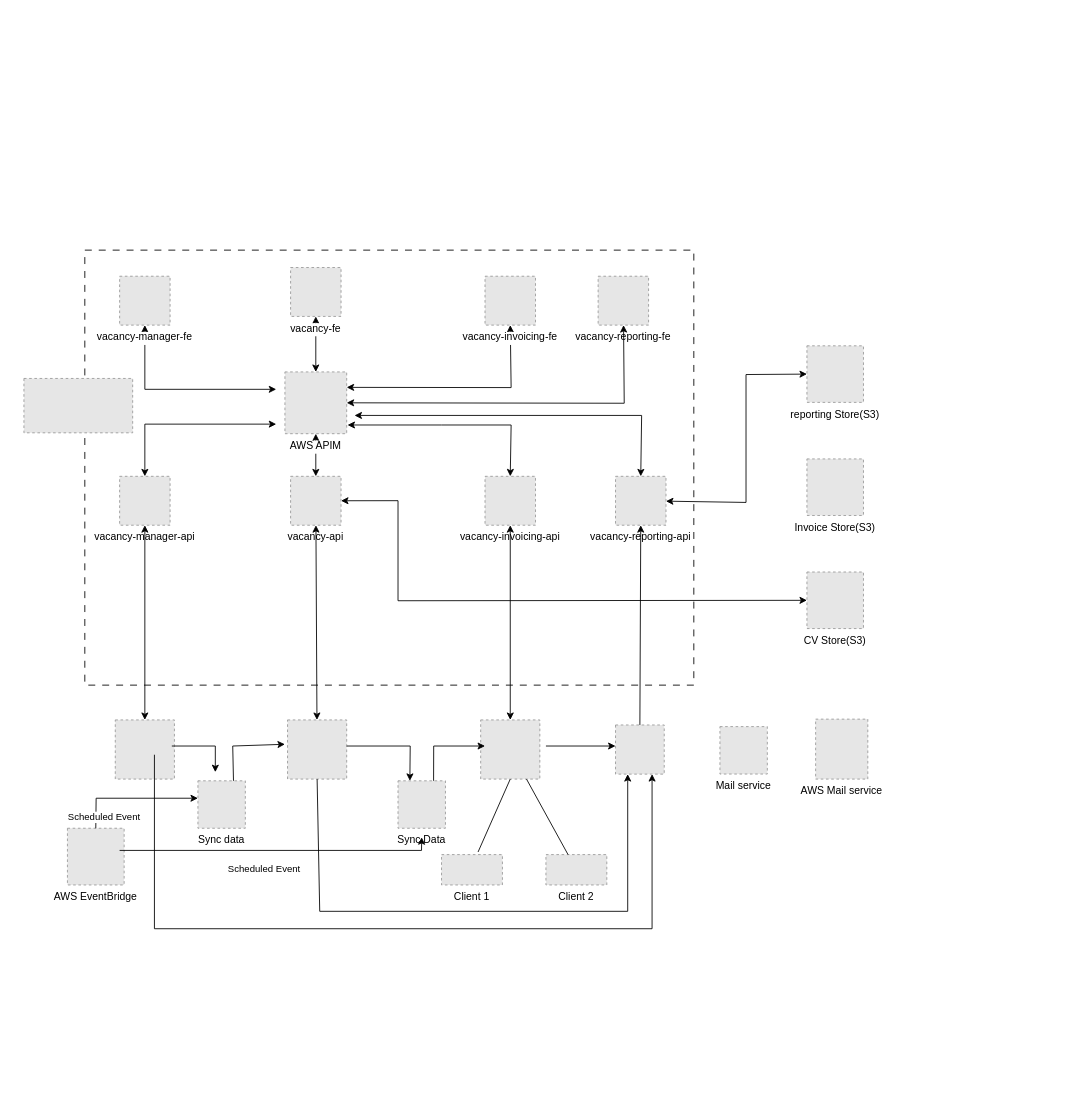
This is design/deployment_architecture.drawio from peguses/education, a draw.io file, before an edit. Source tidied: cells renumbered, new cells numbered last; positions are measured from the earlier drawing's top-left corner, leaving out a move shared by most shapes. Both pictures are drawn from the tidied source at 87%, with x=0, y=0 at pixel (23, 250). Pictures stored in the file or linked from it are replaced by grey dashed boxes.
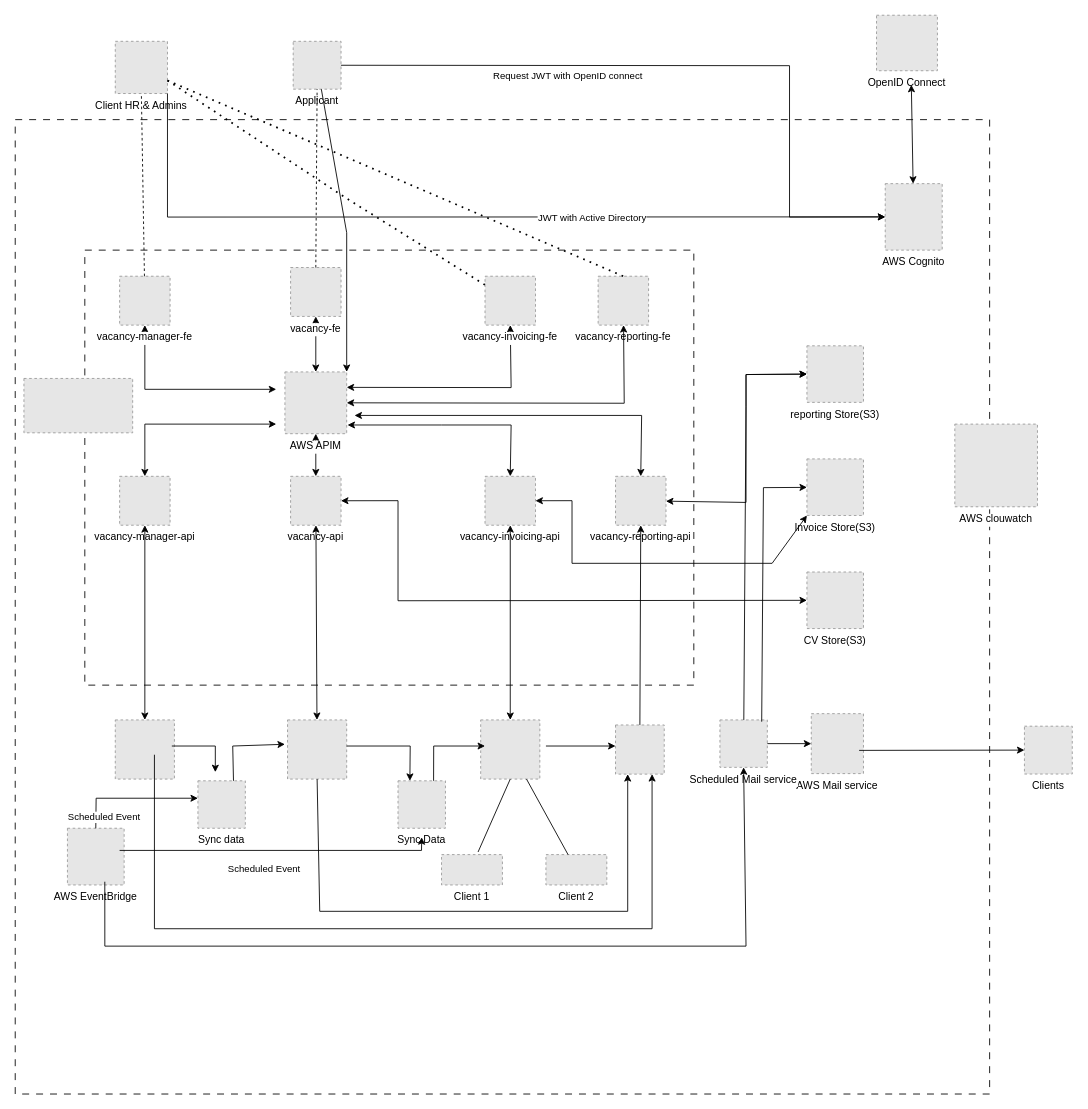
The same page after the edit.

The change refers to these unchanged cells:
```xml
<mxCell id="14" value="vacancy-invoicing-api" style="fillColor=#E6E6E6;strokeColor=#999999;dashed=1;verticalLabelPosition=bottom;labelBackgroundColor=default;verticalAlign=top;" parent="1" vertex="1">
  <mxGeometry x="530" y="260" width="58" height="56.2" as="geometry" />
</mxCell>
<mxCell id="19" value="AWS APIM" style="fillColor=#E6E6E6;strokeColor=#999999;dashed=1;verticalLabelPosition=bottom;labelBackgroundColor=default;verticalAlign=top;" parent="1" vertex="1">
  <mxGeometry x="300" y="140" width="71" height="71" as="geometry" />
</mxCell>
<mxCell id="23" value="vacancy-invoicing-fe" style="fillColor=#E6E6E6;strokeColor=#999999;dashed=1;verticalLabelPosition=bottom;labelBackgroundColor=default;verticalAlign=top;" parent="1" vertex="1">
  <mxGeometry x="530" y="30" width="58" height="56.2" as="geometry" />
</mxCell>
<mxCell id="24" value="vacancy-fe" style="fillColor=#E6E6E6;strokeColor=#999999;dashed=1;verticalLabelPosition=bottom;labelBackgroundColor=default;verticalAlign=top;" parent="1" vertex="1">
  <mxGeometry x="306.5" y="20" width="58" height="56.2" as="geometry" />
</mxCell>
<mxCell id="25" value="vacancy-manager-fe" style="fillColor=#E6E6E6;strokeColor=#999999;dashed=1;verticalLabelPosition=bottom;labelBackgroundColor=default;verticalAlign=top;" parent="1" vertex="1">
  <mxGeometry x="110" y="30" width="58" height="56.2" as="geometry" />
</mxCell>
<mxCell id="31" value="AWS EventBridge" style="fillColor=#E6E6E6;strokeColor=#999999;dashed=1;verticalLabelPosition=bottom;labelBackgroundColor=default;verticalAlign=top;" parent="1" vertex="1">
  <mxGeometry x="50" y="664.5" width="65.2" height="65.2" as="geometry" />
</mxCell>
<mxCell id="40" value="Invoice Store(S3)" style="fillColor=#E6E6E6;strokeColor=#999999;dashed=1;verticalLabelPosition=bottom;labelBackgroundColor=default;verticalAlign=top;" parent="1" vertex="1">
  <mxGeometry x="900" y="240" width="65" height="65" as="geometry" />
</mxCell>
<mxCell id="41" value="reporting Store(S3)" style="fillColor=#E6E6E6;strokeColor=#999999;dashed=1;verticalLabelPosition=bottom;labelBackgroundColor=default;verticalAlign=top;" parent="1" vertex="1">
  <mxGeometry x="900" y="110" width="65" height="65" as="geometry" />
</mxCell>
<mxCell id="42" value="vacancy-reporting-fe" style="fillColor=#E6E6E6;strokeColor=#999999;dashed=1;verticalLabelPosition=bottom;labelBackgroundColor=default;verticalAlign=top;" parent="1" vertex="1">
  <mxGeometry x="660" y="30" width="58" height="56.2" as="geometry" />
</mxCell>
```

Diff of the diagram source:
```diff
@@
+    <mxCell id="54" style="whiteSpace=wrap;html=1;dashed=1;dashPattern=8 8;" parent="1" vertex="1">
+      <mxGeometry x="-10" y="-150" width="1120" height="1120" as="geometry" />
+    </mxCell>
@@
     <mxCell id="52" value="AWS Mail service" style="fillColor=#E6E6E6;strokeColor=#999999;dashed=1;verticalLabelPosition=bottom;labelBackgroundColor=default;verticalAlign=top;" parent="1" vertex="1">
-      <mxGeometry x="910" y="539.1" width="60" height="68.9" as="geometry" />
+      <mxGeometry x="905" y="532.8" width="60" height="68.9" as="geometry" />
     </mxCell>
-    <mxCell id="53" value="Mail service" style="fillColor=#E6E6E6;strokeColor=#999999;dashed=1;verticalLabelPosition=bottom;labelBackgroundColor=default;verticalAlign=top;" parent="1" vertex="1">
-      <mxGeometry x="800" y="547.7" width="54.5" height="54.5" as="geometry" />
+    <mxCell id="53" value="Scheduled Mail service" style="fillColor=#E6E6E6;strokeColor=#999999;dashed=1;verticalLabelPosition=bottom;labelBackgroundColor=default;verticalAlign=top;" parent="1" vertex="1">
+      <mxGeometry x="800" y="540" width="54.5" height="54.5" as="geometry" />
     </mxCell>
+    <mxCell id="55" style="endArrow=classic;html=1;rounded=0;entryX=0.5;entryY=1;entryDx=0;entryDy=0;exitX=0.659;exitY=0.943;exitDx=0;exitDy=0;exitPerimeter=0;" parent="1" edge="1" source="31" target="53">
+      <mxGeometry relative="1" as="geometry">
+        <Array as="points">
+          <mxPoint x="93" y="800" />
+          <mxPoint x="830" y="800" />
+        </Array>
+      </mxGeometry>
+    </mxCell>
+    <mxCell id="56" style="endArrow=classic;startArrow=classic;html=1;rounded=0;exitX=0;exitY=1;exitDx=0;exitDy=0;" parent="1" edge="1" source="40" target="14">
+      <mxGeometry relative="1" as="geometry">
+        <Array as="points">
+          <mxPoint x="860" y="360" />
+          <mxPoint x="630" y="360" />
+          <mxPoint x="630" y="288" />
+        </Array>
+      </mxGeometry>
+    </mxCell>
+    <mxCell id="57" value="AWS clouwatch" style="fillColor=#E6E6E6;strokeColor=#999999;dashed=1;verticalLabelPosition=bottom;labelBackgroundColor=default;verticalAlign=top;" parent="1" vertex="1">
+      <mxGeometry x="1070" y="200" width="95" height="95" as="geometry" />
+    </mxCell>
+    <mxCell id="58" value="AWS Cognito" style="fillColor=#E6E6E6;strokeColor=#999999;dashed=1;verticalLabelPosition=bottom;labelBackgroundColor=default;verticalAlign=top;" parent="1" vertex="1">
+      <mxGeometry x="990" y="-76.4" width="65.5" height="76.4" as="geometry" />
+    </mxCell>
+    <mxCell id="59" value="Applicant" style="fillColor=#E6E6E6;strokeColor=#999999;dashed=1;verticalLabelPosition=bottom;labelBackgroundColor=default;verticalAlign=top;" parent="1" vertex="1">
+      <mxGeometry x="309.5" y="-240" width="55" height="55" as="geometry" />
+    </mxCell>
+    <mxCell id="60" value="OpenID Connect" style="fillColor=#E6E6E6;strokeColor=#999999;dashed=1;verticalLabelPosition=bottom;labelBackgroundColor=default;verticalAlign=top;" parent="1" vertex="1">
+      <mxGeometry x="980" y="-270" width="70" height="63.8" as="geometry" />
+    </mxCell>
+    <mxCell id="61" style="endArrow=classic;startArrow=classic;html=1;rounded=0;" parent="1" edge="1" source="58">
+      <mxGeometry relative="1" as="geometry">
+        <mxPoint x="1020" y="-190" as="targetPoint" />
+      </mxGeometry>
+    </mxCell>
+    <mxCell id="62" style="endArrow=classic;html=1;rounded=0;entryX=0;entryY=0.5;entryDx=0;entryDy=0;exitX=1;exitY=0.5;exitDx=0;exitDy=0;" parent="1" edge="1" source="53" target="52">
+      <mxGeometry relative="1" as="geometry" />
+    </mxCell>
+    <mxCell id="63" style="endArrow=classic;html=1;rounded=0;entryX=0;entryY=0.5;entryDx=0;entryDy=0;" parent="1" edge="1" source="53" target="41">
+      <mxGeometry relative="1" as="geometry">
+        <Array as="points">
+          <mxPoint x="830" y="180" />
+          <mxPoint x="830" y="143" />
+        </Array>
+      </mxGeometry>
+    </mxCell>
+    <mxCell id="64" style="endArrow=classic;html=1;rounded=0;exitX=0.881;exitY=0.037;exitDx=0;exitDy=0;exitPerimeter=0;" parent="1" edge="1" source="53" target="40">
+      <mxGeometry relative="1" as="geometry">
+        <Array as="points">
+          <mxPoint x="850" y="273" />
+        </Array>
+      </mxGeometry>
+    </mxCell>
+    <mxCell id="65" style="endArrow=classic;html=1;rounded=0;entryX=0;entryY=0.5;entryDx=0;entryDy=0;exitX=1;exitY=0.5;exitDx=0;exitDy=0;" parent="1" edge="1" source="59" target="58">
+      <mxGeometry relative="1" as="geometry">
+        <Array as="points">
+          <mxPoint x="880" y="-212" />
+          <mxPoint x="880" y="-38" />
+        </Array>
+      </mxGeometry>
+    </mxCell>
+    <mxCell id="66" value="Request JWT with OpenID connect" style="edgeLabel;html=1;align=center;verticalAlign=middle;" parent="65" vertex="1">
+      <mxGeometry x="-0.35" y="-4" relative="1" as="geometry">
+        <mxPoint y="8" as="offset" />
+      </mxGeometry>
+    </mxCell>
+    <mxCell id="67" style="endArrow=classic;html=1;rounded=0;entryX=1;entryY=0;entryDx=0;entryDy=0;" parent="1" edge="1" source="59" target="19">
+      <mxGeometry relative="1" as="geometry">
+        <Array as="points">
+          <mxPoint x="371" y="-20" />
+        </Array>
+      </mxGeometry>
+    </mxCell>
+    <mxCell id="68" style="endArrow=none;dashed=1;html=1;rounded=0;entryX=0.5;entryY=1;entryDx=0;entryDy=0;exitX=0.5;exitY=0;exitDx=0;exitDy=0;" parent="1" edge="1" source="24" target="59">
+      <mxGeometry relative="1" as="geometry" />
+    </mxCell>
+    <mxCell id="69" value="Client HR &amp; Admins" style="fillColor=#E6E6E6;strokeColor=#999999;dashed=1;verticalLabelPosition=bottom;labelBackgroundColor=default;verticalAlign=top;" parent="1" vertex="1">
+      <mxGeometry x="105" y="-240" width="60" height="60" as="geometry" />
+    </mxCell>
+    <mxCell id="70" style="endArrow=classic;html=1;rounded=0;entryX=0;entryY=0.5;entryDx=0;entryDy=0;exitX=1;exitY=1;exitDx=0;exitDy=0;" parent="1" edge="1" source="69" target="58">
+      <mxGeometry relative="1" as="geometry">
+        <Array as="points">
+          <mxPoint x="165" y="-38" />
+        </Array>
+      </mxGeometry>
+    </mxCell>
+    <mxCell id="71" value="JWT with Active Directory" style="edgeLabel;html=1;align=center;verticalAlign=middle;" parent="70" vertex="1">
+      <mxGeometry x="0.3" y="-1" relative="1" as="geometry" />
+    </mxCell>
+    <mxCell id="72" style="endArrow=none;dashed=1;html=1;rounded=0;entryX=0.5;entryY=1;entryDx=0;entryDy=0;" parent="1" edge="1" source="25" target="69">
+      <mxGeometry relative="1" as="geometry" />
+    </mxCell>
+    <mxCell id="73" style="endArrow=none;dashed=1;html=1;dashPattern=1 3;strokeWidth=2;rounded=0;exitX=1;exitY=0.75;exitDx=0;exitDy=0;" parent="1" edge="1" source="69" target="23">
+      <mxGeometry relative="1" as="geometry">
+        <Array as="points">
+          <mxPoint x="370" y="-60" />
+        </Array>
+      </mxGeometry>
+    </mxCell>
+    <mxCell id="74" style="endArrow=none;dashed=1;html=1;dashPattern=1 3;strokeWidth=2;rounded=0;entryX=0.5;entryY=0;entryDx=0;entryDy=0;exitX=1;exitY=0.75;exitDx=0;exitDy=0;" parent="1" edge="1" source="69" target="42">
+      <mxGeometry relative="1" as="geometry" />
+    </mxCell>
+    <mxCell id="75" value="Clients" style="fillColor=#E6E6E6;strokeColor=#999999;dashed=1;verticalLabelPosition=bottom;labelBackgroundColor=default;verticalAlign=top;" parent="1" vertex="1">
+      <mxGeometry x="1150" y="547.2" width="55" height="55" as="geometry" />
+    </mxCell>
+    <mxCell id="76" style="endArrow=classic;html=1;rounded=0;entryX=0;entryY=0.5;entryDx=0;entryDy=0;" parent="1" edge="1" target="75">
+      <mxGeometry relative="1" as="geometry">
+        <mxPoint x="960" y="575" as="sourcePoint" />
+      </mxGeometry>
+    </mxCell>
```
